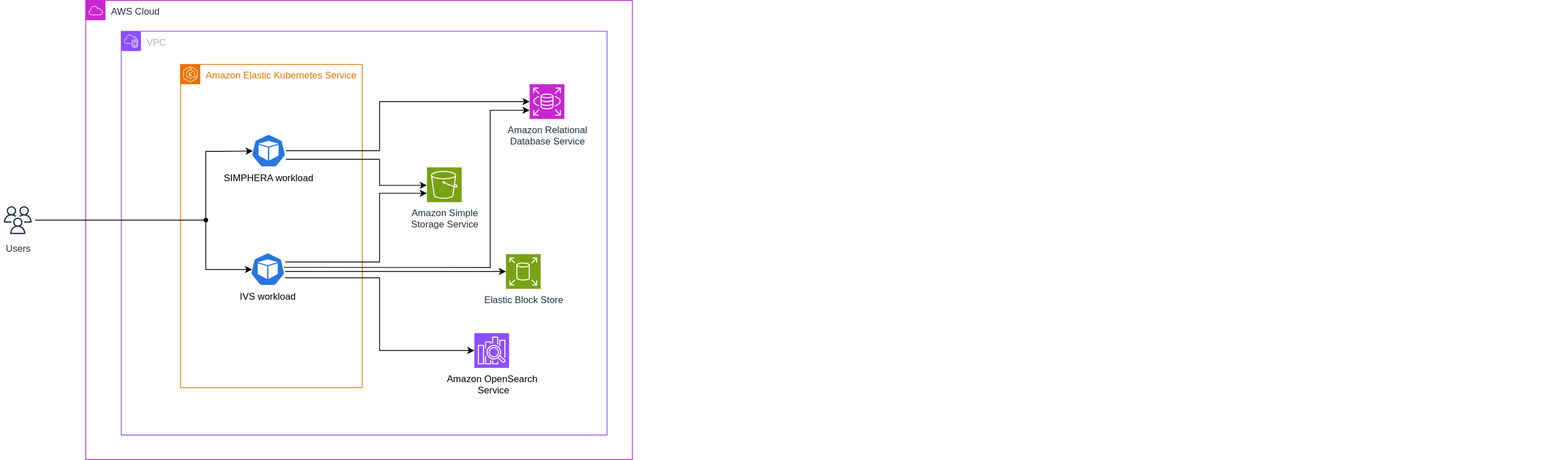
Above: AWSReferenceArchitecture.svg in dspace-group/dspace-reference-architecture-aws (draw.io), before the change. Source tidied: cells renumbered, new cells last; positions are measured from the earlier drawing's top-left corner, leaving out a move shared by most shapes.
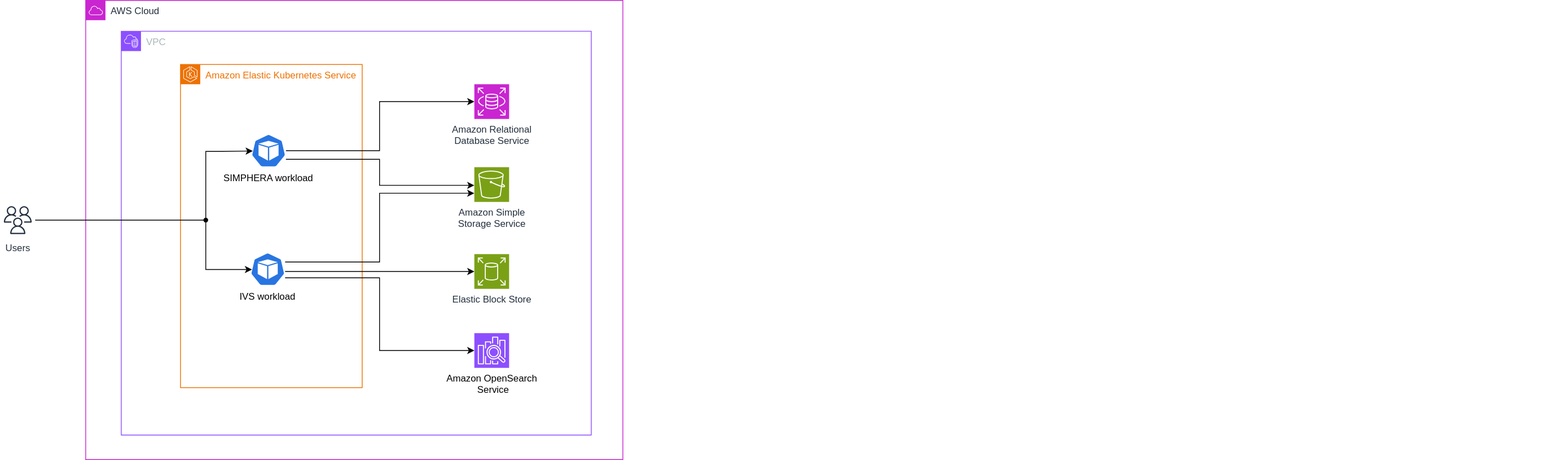
After the change.

Diff of the diagram source:
```diff
@@ -3,10 +3,10 @@
     <mxCell id="0" />
     <mxCell id="1" parent="0" />
     <mxCell id="2" value="AWS Cloud" style="gradientColor=none;html=1;whiteSpace=wrap;fontSize=12;fontStyle=0;shape=mxgraph.aws4.group;grIcon=mxgraph.aws4.group_aws_cloud;strokeColor=light-dark(#c925d1, #bdc7d4);fillColor=none;verticalAlign=top;align=left;spacingLeft=30;fontColor=#232F3E;dashed=0;" parent="1" vertex="1">
-      <mxGeometry x="108" width="692" height="581" as="geometry" />
+      <mxGeometry x="108" width="680" height="581" as="geometry" />
     </mxCell>
     <mxCell id="3" value="VPC" style="gradientColor=none;html=1;whiteSpace=wrap;fontSize=12;fontStyle=0;shape=mxgraph.aws4.group;grIcon=mxgraph.aws4.group_vpc2;strokeColor=#8C4FFF;fillColor=none;verticalAlign=top;align=left;spacingLeft=30;fontColor=#AAB7B8;dashed=0;perimeterSpacing=0;" parent="2" vertex="1">
-      <mxGeometry x="45" y="39" width="615" height="511" as="geometry" />
+      <mxGeometry x="45" y="39" width="595" height="511" as="geometry" />
     </mxCell>
     <mxCell id="4" value="&lt;span&gt;&lt;/span&gt;" style="text;whiteSpace=wrap;html=1;" parent="2" vertex="1">
       <mxGeometry x="1846.5" y="503" width="30" height="20" as="geometry" />
@@ -21,30 +21,22 @@
       <mxGeometry x="120" y="81" width="25" height="25" as="geometry" />
     </mxCell>
     <mxCell id="8" value="Amazon Simple&lt;div&gt;Storage Service&lt;/div&gt;" style="sketch=0;points=[[0,0,0],[0.25,0,0],[0.5,0,0],[0.75,0,0],[1,0,0],[0,1,0],[0.25,1,0],[0.5,1,0],[0.75,1,0],[1,1,0],[0,0.25,0],[0,0.5,0],[0,0.75,0],[1,0.25,0],[1,0.5,0],[1,0.75,0]];outlineConnect=0;fontColor=#232F3E;fillColor=#7AA116;strokeColor=#ffffff;dashed=0;verticalLabelPosition=bottom;verticalAlign=top;align=center;html=1;fontSize=12;fontStyle=0;shape=mxgraph.aws4.resourceIcon;resIcon=mxgraph.aws4.s3;" parent="2" vertex="1">
-      <mxGeometry x="432" y="211.2" width="44" height="44" as="geometry" />
+      <mxGeometry x="492" y="211" width="44" height="44" as="geometry" />
     </mxCell>
     <mxCell id="9" value="&lt;span style=&quot;color: rgb(0, 0, 0);&quot;&gt;Amazon OpenSearch&lt;/span&gt;&lt;div style=&quot;color: rgb(0, 0, 0);&quot;&gt;&amp;nbsp;Service&lt;/div&gt;" style="sketch=0;points=[[0,0,0],[0.25,0,0],[0.5,0,0],[0.75,0,0],[1,0,0],[0,1,0],[0.25,1,0],[0.5,1,0],[0.75,1,0],[1,1,0],[0,0.25,0],[0,0.5,0],[0,0.75,0],[1,0.25,0],[1,0.5,0],[1,0.75,0]];outlineConnect=0;fontColor=#232F3E;fillColor=#8C4FFF;strokeColor=#ffffff;dashed=0;verticalLabelPosition=bottom;verticalAlign=top;align=center;html=1;fontSize=12;fontStyle=0;shape=mxgraph.aws4.resourceIcon;resIcon=mxgraph.aws4.elasticsearch_service;" parent="2" vertex="1">
       <mxGeometry x="492" y="421" width="44" height="44" as="geometry" />
     </mxCell>
     <mxCell id="10" value="Amazon Relational&lt;div&gt;Database Service&lt;/div&gt;" style="sketch=0;points=[[0,0,0],[0.25,0,0],[0.5,0,0],[0.75,0,0],[1,0,0],[0,1,0],[0.25,1,0],[0.5,1,0],[0.75,1,0],[1,1,0],[0,0.25,0],[0,0.5,0],[0,0.75,0],[1,0.25,0],[1,0.5,0],[1,0.75,0]];outlineConnect=0;fontColor=#232F3E;fillColor=#C925D1;strokeColor=#ffffff;dashed=0;verticalLabelPosition=bottom;verticalAlign=top;align=center;html=1;fontSize=12;fontStyle=0;shape=mxgraph.aws4.resourceIcon;resIcon=mxgraph.aws4.rds;" parent="2" vertex="1">
-      <mxGeometry x="562" y="106" width="44" height="44" as="geometry" />
+      <mxGeometry x="492" y="106" width="44" height="44" as="geometry" />
     </mxCell>
     <mxCell id="11" value="SIMPHERA workload" style="sketch=0;html=1;dashed=0;whitespace=wrap;verticalLabelPosition=bottom;verticalAlign=top;fillColor=#2875E2;strokeColor=#ffffff;points=[[0.005,0.63,0],[0.1,0.2,0],[0.9,0.2,0],[0.5,0,0],[0.995,0.63,0],[0.72,0.99,0],[0.5,1,0],[0.28,0.99,0]];shape=mxgraph.kubernetes.icon2;prIcon=pod;" parent="2" vertex="1">
       <mxGeometry x="209.5" y="169" width="44" height="42.2" as="geometry" />
     </mxCell>
-    <mxCell id="12" style="edgeStyle=none;html=1;exitX=0.935;exitY=0.443;exitDx=0;exitDy=0;exitPerimeter=0;rounded=0;curved=0;entryX=0;entryY=0.75;entryDx=0;entryDy=0;entryPerimeter=0;" parent="2" edge="1" source="13" target="10">
-      <mxGeometry relative="1" as="geometry">
-        <Array as="points">
-          <mxPoint x="512" y="338" />
-          <mxPoint x="512" y="139" />
-        </Array>
-      </mxGeometry>
-    </mxCell>
     <mxCell id="13" value="IVS workload" style="sketch=0;html=1;dashed=0;whitespace=wrap;verticalLabelPosition=bottom;verticalAlign=top;fillColor=#2875E2;strokeColor=#ffffff;points=[[0.005,0.63,0],[0.1,0.2,0],[0.9,0.2,0],[0.5,0,0],[0.995,0.63,0],[0.72,0.99,0],[0.5,1,0],[0.28,0.99,0]];shape=mxgraph.kubernetes.icon2;prIcon=pod;" parent="2" vertex="1">
       <mxGeometry x="208.4" y="319" width="44" height="42.2" as="geometry" />
     </mxCell>
     <mxCell id="14" value="Elastic Block Store" style="sketch=0;points=[[0,0,0],[0.25,0,0],[0.5,0,0],[0.75,0,0],[1,0,0],[0,1,0],[0.25,1,0],[0.5,1,0],[0.75,1,0],[1,1,0],[0,0.25,0],[0,0.5,0],[0,0.75,0],[1,0.25,0],[1,0.5,0],[1,0.75,0]];outlineConnect=0;fontColor=#232F3E;fillColor=#7AA116;strokeColor=#ffffff;dashed=0;verticalLabelPosition=bottom;verticalAlign=top;align=center;html=1;fontSize=12;fontStyle=0;shape=mxgraph.aws4.resourceIcon;resIcon=mxgraph.aws4.elastic_block_store;" parent="2" vertex="1">
-      <mxGeometry x="532" y="321" width="44" height="44" as="geometry" />
+      <mxGeometry x="492" y="321" width="44" height="44" as="geometry" />
     </mxCell>
     <mxCell id="15" style="edgeStyle=orthogonalEdgeStyle;rounded=0;jettySize=auto;html=1;entryX=0;entryY=0.5;entryDx=0;entryDy=0;entryPerimeter=0;" parent="2" edge="1" source="13" target="9">
       <mxGeometry relative="1" as="geometry">
```
